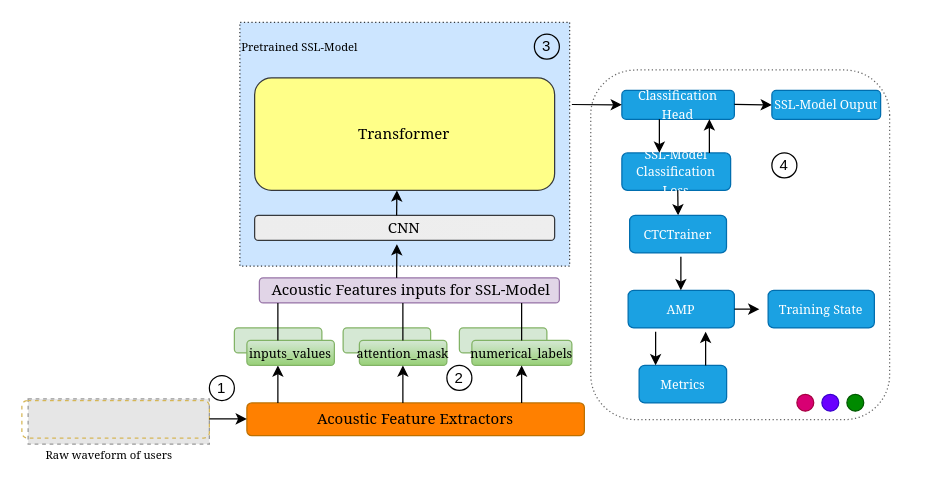
Above: Diagramme sans nom.drawio in papasega/Applied-Deep-Learning (draw.io), before the change. Source tidied: cells renumbered, new cells numbered last; positions are measured from the earlier drawing's top-left corner, leaving out a move shared by most shapes. Both pictures are drawn from the tidied source at 125%, with x=0, y=0 at pixel (21, -21). Pictures stored in the file or linked from it are replaced by grey dashed boxes.
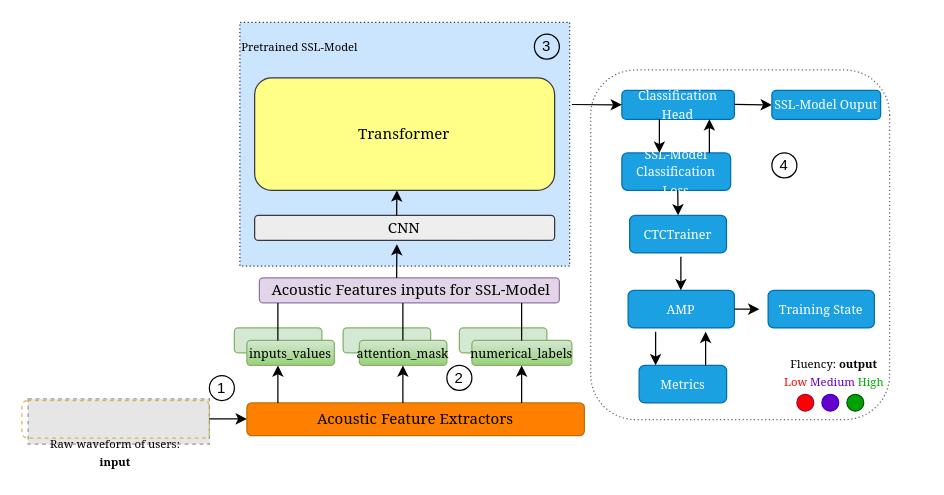
After the change.

Commit message:
Mettre à jour Diagramme sans nom.drawio

Diff of the diagram source:
```diff
@@
-    <mxCell id="46" value="&lt;font style=&quot;font-size: 9px;&quot; face=&quot;Georgia&quot;&gt;Raw waveform of users&lt;/font&gt;" style="text;html=1;align=center;verticalAlign=middle;whiteSpace=wrap;rounded=0;" parent="1" vertex="1">
-      <mxGeometry x="10" y="365" width="120" height="30" as="geometry" />
+    <mxCell id="46" value="&lt;font style=&quot;font-size: 9px;&quot; face=&quot;Georgia&quot;&gt;Raw waveform of users: &lt;b style=&quot;&quot;&gt;input&lt;/b&gt;&lt;/font&gt;" style="text;html=1;align=center;verticalAlign=middle;whiteSpace=wrap;rounded=0;" parent="1" vertex="1">
+      <mxGeometry x="10" y="365" width="130" height="25" as="geometry" />
     </mxCell>
@@
-    <mxCell id="48" style="ellipse;whiteSpace=wrap;html=1;fillColor=#008a00;strokeColor=#005700;fontColor=#ffffff;" parent="1" vertex="1">
+    <mxCell id="48" style="ellipse;whiteSpace=wrap;html=1;fillColor=#00A100;strokeColor=#005700;fontColor=#ffffff;" parent="1" vertex="1">
       <mxGeometry x="660" y="331.9" width="13.5" height="13.5" as="geometry" />
     </mxCell>
-    <mxCell id="49" style="ellipse;whiteSpace=wrap;html=1;fillColor=#d80073;strokeColor=#A50040;fontColor=#ffffff;" parent="1" vertex="1">
+    <mxCell id="49" style="ellipse;whiteSpace=wrap;html=1;fillColor=#FF0000;strokeColor=#A50040;fontColor=#ffffff;" parent="1" vertex="1">
       <mxGeometry x="620" y="331.9" width="13.5" height="13.5" as="geometry" />
     </mxCell>
-    <mxCell id="50" style="ellipse;whiteSpace=wrap;html=1;fillColor=#6a00ff;strokeColor=#3700CC;fontColor=#ffffff;" parent="1" vertex="1">
+    <mxCell id="50" style="ellipse;whiteSpace=wrap;html=1;fillColor=#6600CC;strokeColor=#3700CC;fontColor=#ffffff;" parent="1" vertex="1">
       <mxGeometry x="640" y="331.9" width="13.5" height="13.5" as="geometry" />
     </mxCell>
+    <mxCell id="51" value="&lt;font style=&quot;font-size: 9px;&quot; face=&quot;Georgia&quot;&gt;Fluency: &lt;b&gt;output&lt;/b&gt;&lt;/font&gt;&lt;div&gt;&lt;font style=&quot;font-size: 9px;&quot; face=&quot;Georgia&quot;&gt;&lt;font style=&quot;&quot; color=&quot;#ff0000&quot;&gt;Low&lt;/font&gt; &lt;font style=&quot;&quot; color=&quot;#6600cc&quot;&gt;Medium&lt;/font&gt; &lt;font color=&quot;#00ab00&quot;&gt;High&lt;/font&gt;&lt;/font&gt;&lt;/div&gt;" style="text;html=1;align=center;verticalAlign=middle;whiteSpace=wrap;rounded=0;" parent="1" vertex="1">
+      <mxGeometry x="580" y="278.8" width="140" height="70.9" as="geometry" />
+    </mxCell>
```
